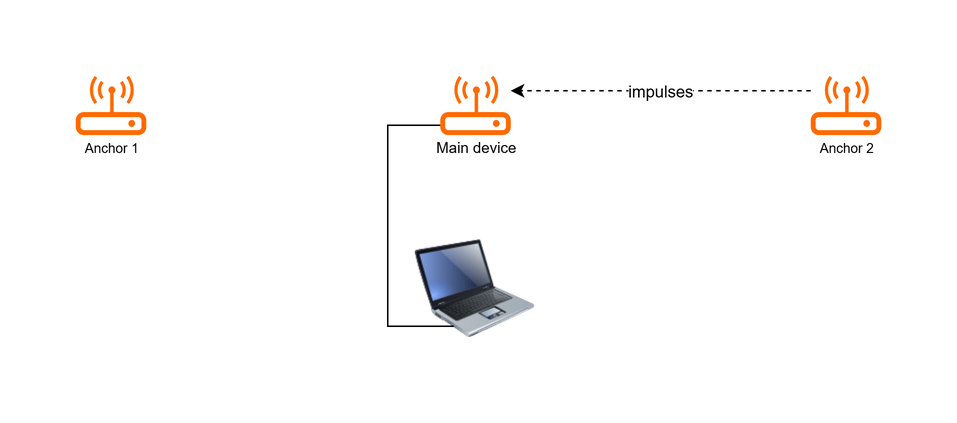
The draw.io diagram Lab6/presentation/impulses from Anchor 2.png in nemnogobread/graduation-project, before a commit. Source tidied: cells renumbered, new cells last; positions are measured from the earlier drawing's top-left corner, leaving out a move shared by most shapes.
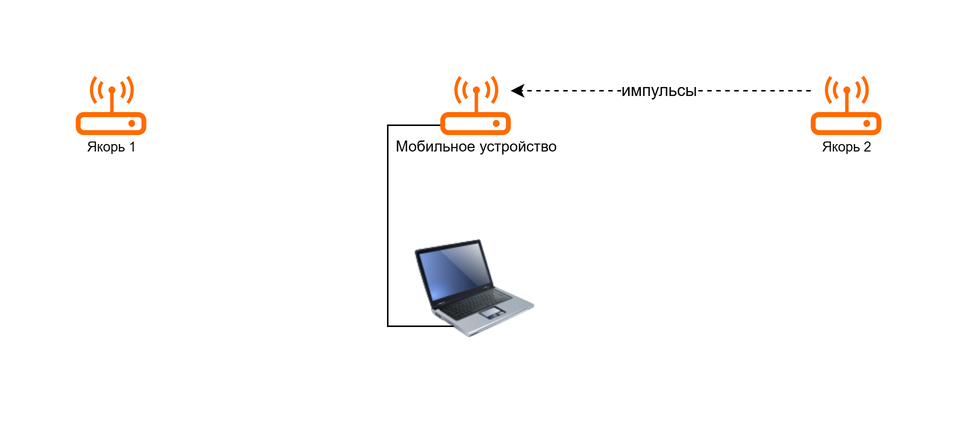
Later version of the same file.

Diff of the diagram source:
```diff
@@ -17,15 +17,15 @@
         <mxPoint x="290" y="10" as="targetPoint" />
       </mxGeometry>
     </mxCell>
-    <mxCell id="6" value="impulses" style="edgeLabel;html=1;align=center;verticalAlign=middle;" parent="5" vertex="1">
+    <mxCell id="6" value="импульсы" style="edgeLabel;html=1;align=center;verticalAlign=middle;" parent="5" vertex="1">
       <mxGeometry x="-0.02" y="-2" relative="1" as="geometry">
         <mxPoint x="-3" y="2" as="offset" />
       </mxGeometry>
     </mxCell>
-    <mxCell id="7" value="&lt;font style=&quot;font-size: 10px;&quot;&gt;Main device&lt;/font&gt;" style="edgeLabel;html=1;align=center;verticalAlign=middle;" parent="1" vertex="1">
+    <mxCell id="7" value="&lt;span style=&quot;font-size: 10px;&quot;&gt;Мобильное устройство&lt;/span&gt;" style="edgeLabel;html=1;align=center;verticalAlign=middle;" parent="1" vertex="1">
       <mxGeometry x="266.6" y="47" as="geometry" />
     </mxCell>
-    <mxCell id="8" value="&lt;font style=&quot;font-size: 9px;&quot;&gt;Anchor 2&lt;/font&gt;" style="edgeLabel;html=1;align=center;verticalAlign=middle;" parent="1" vertex="1">
+    <mxCell id="8" value="&lt;font style=&quot;font-size: 9px;&quot;&gt;Якорь 2&lt;/font&gt;" style="edgeLabel;html=1;align=center;verticalAlign=middle;" parent="1" vertex="1">
       <mxGeometry x="513.6" y="47" as="geometry" />
     </mxCell>
     <object id="9" label="" placeholders="1">
@@ -43,7 +43,7 @@
         </Array>
       </mxGeometry>
     </mxCell>
-    <mxCell id="11" value="&lt;font style=&quot;font-size: 9px;&quot;&gt;Anchor 1&lt;/font&gt;" style="edgeLabel;html=1;align=center;verticalAlign=middle;" parent="1" vertex="1">
+    <mxCell id="11" value="&lt;font style=&quot;font-size: 9px;&quot;&gt;Якорь 1&lt;/font&gt;" style="edgeLabel;html=1;align=center;verticalAlign=middle;" parent="1" vertex="1">
       <mxGeometry x="23.5" y="47" as="geometry" />
     </mxCell>
   </root>
```
